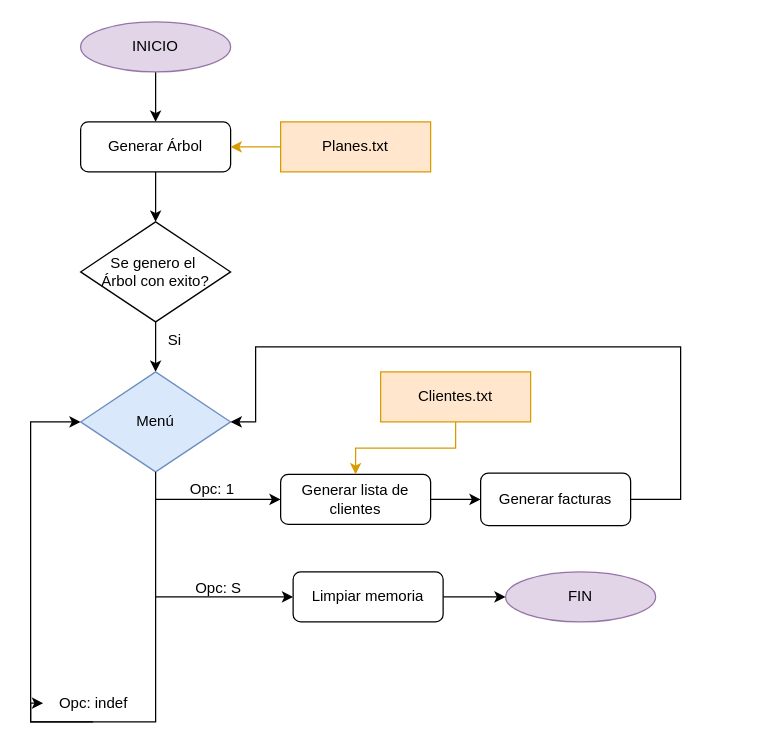
Santibareiro27/ProyectoFacturas keeps this draw.io diagram as Diagrama1.drawio. Above is the earlier version. Source tidied: cells renumbered, new cells numbered last; positions are measured from the earlier drawing's top-left corner, leaving out a move shared by most shapes. Both pictures are drawn from the tidied source at 125%, with x=0, y=0 at pixel (30, 21).
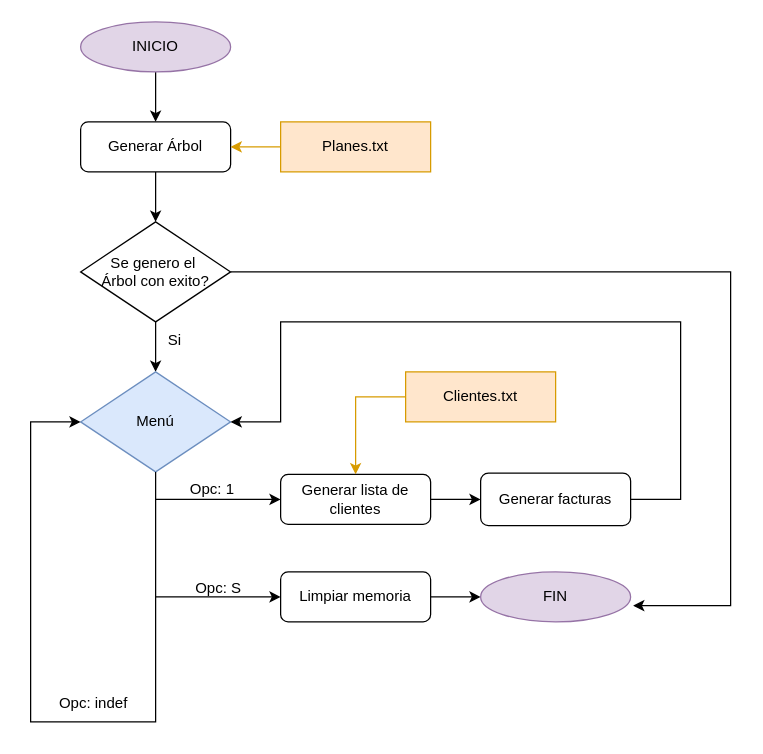
The same diagram, later.

The change refers to these unchanged cells:
```xml
<mxCell id="3" value="INICIO" style="ellipse;whiteSpace=wrap;html=1;fillColor=#e1d5e7;strokeColor=#9673a6;" parent="1" vertex="1">
  <mxGeometry x="40" width="120" height="40" as="geometry" />
</mxCell>
<mxCell id="5" value="Generar Árbol" style="rounded=1;whiteSpace=wrap;html=1;" parent="1" vertex="1">
  <mxGeometry x="40" y="80" width="120" height="40" as="geometry" />
</mxCell>
<mxCell id="7" value="Se genero el&amp;nbsp;&lt;div&gt;Árbol con exito?&lt;/div&gt;" style="rhombus;whiteSpace=wrap;html=1;" parent="1" vertex="1">
  <mxGeometry x="40" y="160" width="120" height="80" as="geometry" />
</mxCell>
<mxCell id="10" value="Generar lista de clientes" style="rounded=1;whiteSpace=wrap;html=1;" parent="1" vertex="1">
  <mxGeometry x="200" y="362" width="120" height="40" as="geometry" />
</mxCell>
<mxCell id="12" value="Menú" style="rhombus;whiteSpace=wrap;html=1;fillColor=#dae8fc;strokeColor=#6c8ebf;" parent="1" vertex="1">
  <mxGeometry x="40" y="280" width="120" height="80" as="geometry" />
</mxCell>
<mxCell id="20" value="Generar facturas" style="rounded=1;whiteSpace=wrap;html=1;" parent="1" vertex="1">
  <mxGeometry x="360" y="361" width="120" height="42" as="geometry" />
</mxCell>
<mxCell id="27" value="Opc: indef" style="text;html=1;align=center;verticalAlign=middle;points=[];strokeColor=none;fillColor=none;" parent="1" vertex="1">
  <mxGeometry x="10" y="530" width="80" height="30" as="geometry" />
</mxCell>
```

Change to the diagram source:
```diff
@@
     <mxCell id="2" style="edgeStyle=orthogonalEdgeStyle;rounded=0;jettySize=auto;html=1;exitX=0.5;exitY=1;exitDx=0;exitDy=0;entryX=0.5;entryY=0;entryDx=0;entryDy=0;" parent="1" edge="1" source="3" target="5">
-      <mxGeometry relative="1" as="geometry" />
+      <mxGeometry relative="1" as="geometry">
+        <Array as="points">
+          <mxPoint x="100" y="60" />
+          <mxPoint x="100" y="60" />
+        </Array>
+      </mxGeometry>
     </mxCell>
@@
-    <mxCell id="11" style="edgeStyle=orthogonalEdgeStyle;rounded=0;jettySize=auto;html=1;exitX=0.5;exitY=1;exitDx=0;exitDy=0;entryX=0;entryY=0.5;entryDx=0;entryDy=0;" parent="1" edge="1" source="27" target="12">
-      <mxGeometry relative="1" as="geometry">
-        <Array as="points">
-          <mxPoint y="320" />
-        </Array>
-      </mxGeometry>
-    </mxCell>
@@
-    <mxCell id="17" style="edgeStyle=orthogonalEdgeStyle;rounded=0;jettySize=auto;html=1;exitX=0.5;exitY=1;exitDx=0;exitDy=0;entryX=0.5;entryY=0;entryDx=0;entryDy=0;fillColor=#ffe6cc;strokeColor=#d79b00;" parent="1" edge="1" source="18" target="10">
-      <mxGeometry relative="1" as="geometry" />
+    <mxCell id="17" style="edgeStyle=orthogonalEdgeStyle;rounded=0;jettySize=auto;html=1;exitX=0;exitY=0.5;exitDx=0;exitDy=0;entryX=0.5;entryY=0;entryDx=0;entryDy=0;fillColor=#ffe6cc;strokeColor=#d79b00;" parent="1" edge="1" source="18" target="10">
+      <mxGeometry relative="1" as="geometry">
+        <Array as="points">
+          <mxPoint x="260" y="300" />
+        </Array>
+      </mxGeometry>
     </mxCell>
     <mxCell id="18" value="Clientes.txt" style="rounded=0;whiteSpace=wrap;html=1;fillColor=#ffe6cc;strokeColor=#d79b00;" parent="1" vertex="1">
-      <mxGeometry x="280" y="280" width="120" height="40" as="geometry" />
+      <mxGeometry x="300" y="280" width="120" height="40" as="geometry" />
     </mxCell>
     <mxCell id="19" style="edgeStyle=orthogonalEdgeStyle;rounded=0;jettySize=auto;html=1;exitX=1;exitY=0.5;exitDx=0;exitDy=0;entryX=1;entryY=0.5;entryDx=0;entryDy=0;" parent="1" edge="1" source="20" target="12">
       <mxGeometry relative="1" as="geometry">
         <Array as="points">
           <mxPoint x="520" y="382" />
-          <mxPoint x="520" y="260" />
-          <mxPoint x="180" y="260" />
-          <mxPoint x="180" y="320" />
+          <mxPoint x="520" y="240" />
+          <mxPoint x="200" y="240" />
+          <mxPoint x="200" y="320" />
         </Array>
       </mxGeometry>
     </mxCell>
@@
     <mxCell id="24" value="Limpiar memoria" style="rounded=1;whiteSpace=wrap;html=1;" parent="1" vertex="1">
-      <mxGeometry x="210" y="440" width="120" height="40" as="geometry" />
+      <mxGeometry x="200" y="440" width="120" height="40" as="geometry" />
     </mxCell>
     <mxCell id="25" value="FIN" style="ellipse;whiteSpace=wrap;html=1;fillColor=#e1d5e7;strokeColor=#9673a6;" parent="1" vertex="1">
-      <mxGeometry x="380" y="440" width="120" height="40" as="geometry" />
+      <mxGeometry x="360" y="440" width="120" height="40" as="geometry" />
     </mxCell>
-    <mxCell id="26" style="edgeStyle=orthogonalEdgeStyle;rounded=0;jettySize=auto;html=1;exitX=0.5;exitY=1;exitDx=0;exitDy=0;entryX=0;entryY=0.5;entryDx=0;entryDy=0;" parent="1" edge="1" source="12" target="27">
+    <mxCell id="26" style="edgeStyle=orthogonalEdgeStyle;rounded=0;orthogonalLoop=1;jettySize=auto;html=1;exitX=0.5;exitY=1;exitDx=0;exitDy=0;entryX=0;entryY=0.5;entryDx=0;entryDy=0;" parent="1" edge="1" source="12" target="12">
       <mxGeometry relative="1" as="geometry">
         <Array as="points">
           <mxPoint x="100" y="560" />
           <mxPoint y="560" />
+          <mxPoint y="320" />
         </Array>
       </mxGeometry>
     </mxCell>
@@
+    <mxCell id="28" style="edgeStyle=orthogonalEdgeStyle;rounded=0;jettySize=auto;html=1;exitX=1;exitY=0.5;exitDx=0;exitDy=0;entryX=1.017;entryY=0.675;entryDx=0;entryDy=0;entryPerimeter=0;" parent="1" edge="1" source="7" target="25">
+      <mxGeometry relative="1" as="geometry">
+        <Array as="points">
+          <mxPoint x="560" y="200" />
+          <mxPoint x="560" y="467" />
+        </Array>
+      </mxGeometry>
+    </mxCell>
```
